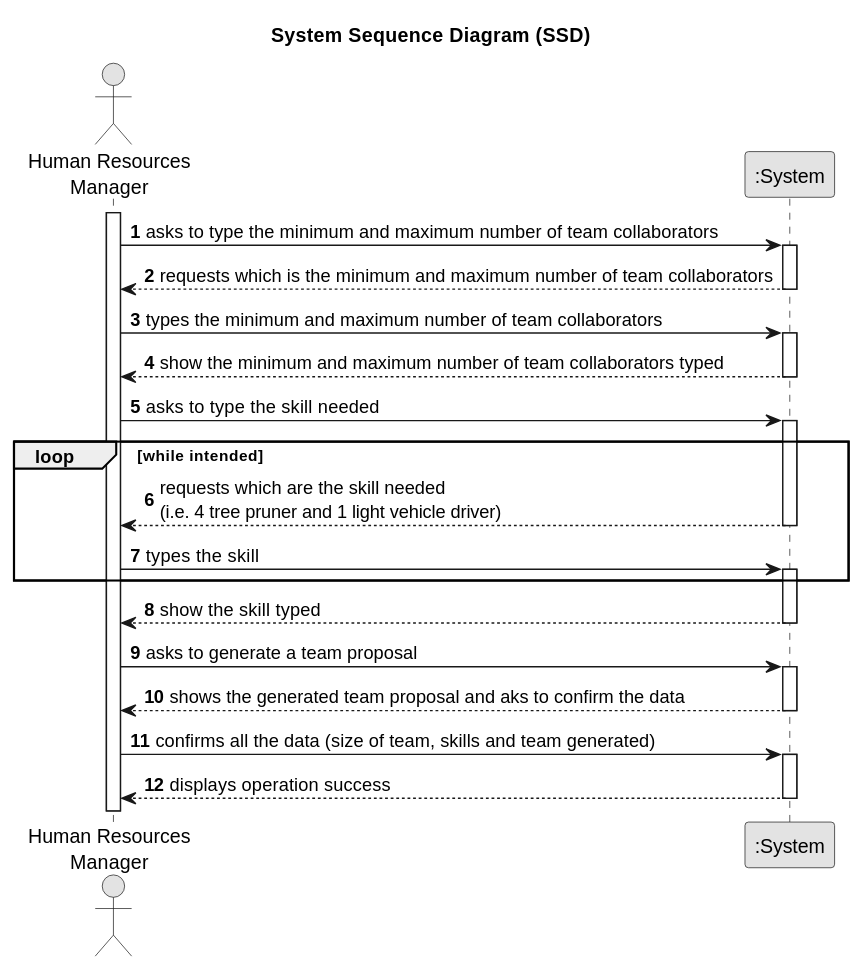
The PlantUML diagram docs/sprintA/us005/01.requirements-engineering/svg/us005-system-sequence-diagram.svg in 1231360-ISEP/lei-24-s2-1db-g021, before a commit.
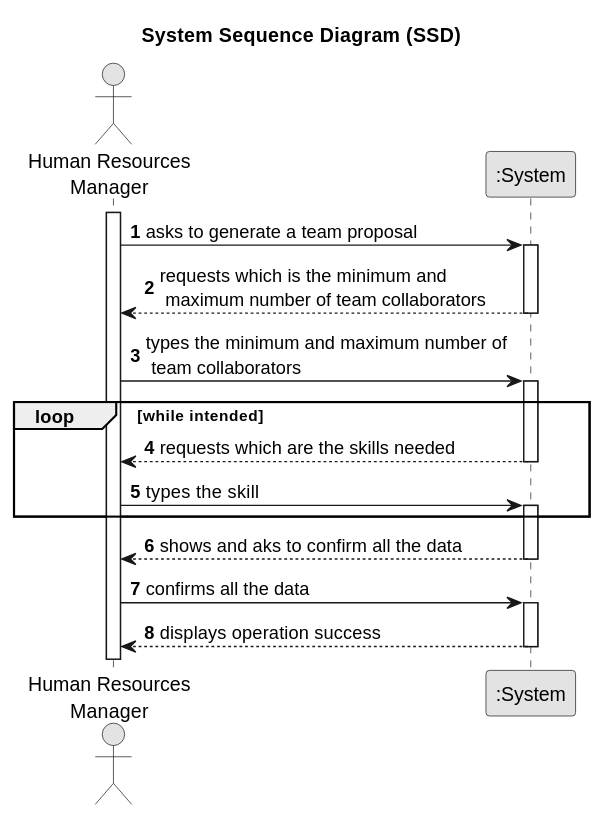
After the change.

Change to the diagram source:
```diff
@@ -12,39 +12,27 @@
 
 activate HRM
 
-    HRM -> System : asks to type the minimum and maximum number of team collaborators
+    HRM -> System : asks to generate a team proposal
     activate System
 
-        System --> HRM : requests which is the minimum and maximum number of team collaborators
+        System --> HRM : requests which is the minimum and\n maximum number of team collaborators
     deactivate System
 
-    HRM -> System : types the minimum and maximum number of team collaborators
-    activate System
-
-        System --> HRM : show the minimum and maximum number of team collaborators typed
-    deactivate System
-
-    HRM -> System : asks to type the skill needed
+    HRM -> System : types the minimum and maximum number of\n team collaborators
     activate System
 
     loop while intended
-            System --> HRM : requests which are the skill needed\n(i.e. 4 tree pruner and 1 light vehicle driver)
+            System --> HRM : requests which are the skills needed
         deactivate System
 
         HRM -> System : types the skill
         activate System
     end
 
-        System --> HRM : show the skill typed
-            deactivate System
-
-    HRM -> System : asks to generate a team proposal
-    activate System
-
-        System --> HRM : shows the generated team proposal and aks to confirm the data
+        System --> HRM : shows and aks to confirm all the data
     deactivate System
 
-    HRM -> System : confirms all the data (size of team, skills and team generated)
+    HRM -> System : confirms all the data
     activate System
 
         System --> HRM : displays operation success
```
